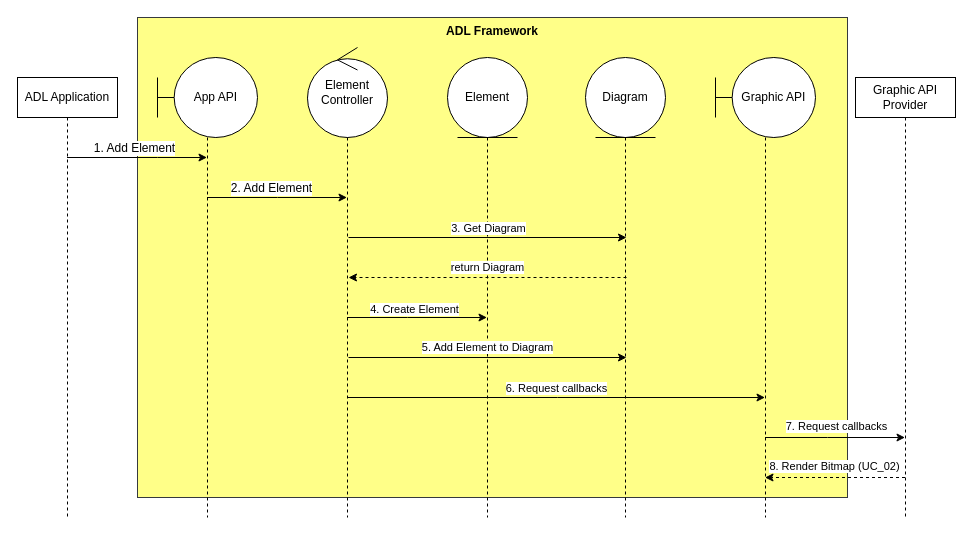
phunm211/SW-Associate-Architecture keeps this draw.io diagram as drawio/usecases_detail/AddEditElement.drawio. Above is the earlier version. Source tidied: cells renumbered, new cells numbered last; positions are measured from the earlier drawing's top-left corner, leaving out a move shared by most shapes. Both pictures are drawn from the tidied source at 100%, with x=0, y=0 at pixel (17, 17).
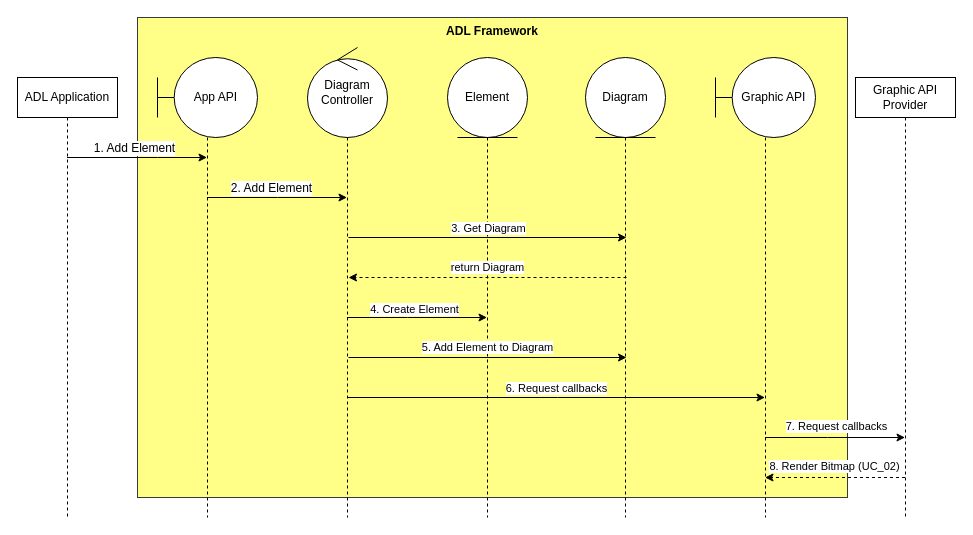
After the change.

Diff of the diagram source:
```diff
@@
-    <mxCell id="11" value="Element Controller" style="shape=umlLifeline;perimeter=lifelinePerimeter;whiteSpace=wrap;html=1;outlineConnect=0;portConstraint=eastwest;newEdgeStyle={&quot;curved&quot;:0,&quot;rounded&quot;:0};participant=umlControl;strokeColor=default;align=center;verticalAlign=middle;fontFamily=Helvetica;fontSize=12;fontColor=default;fillColor=default;size=90;" parent="1" vertex="1">
+    <mxCell id="11" value="Diagram Controller" style="shape=umlLifeline;perimeter=lifelinePerimeter;whiteSpace=wrap;html=1;outlineConnect=0;portConstraint=eastwest;newEdgeStyle={&quot;curved&quot;:0,&quot;rounded&quot;:0};participant=umlControl;strokeColor=default;align=center;verticalAlign=middle;fontFamily=Helvetica;fontSize=12;fontColor=default;fillColor=default;size=90;" parent="1" vertex="1">
       <mxGeometry x="290" y="30" width="80" height="470" as="geometry" />
     </mxCell>
```
